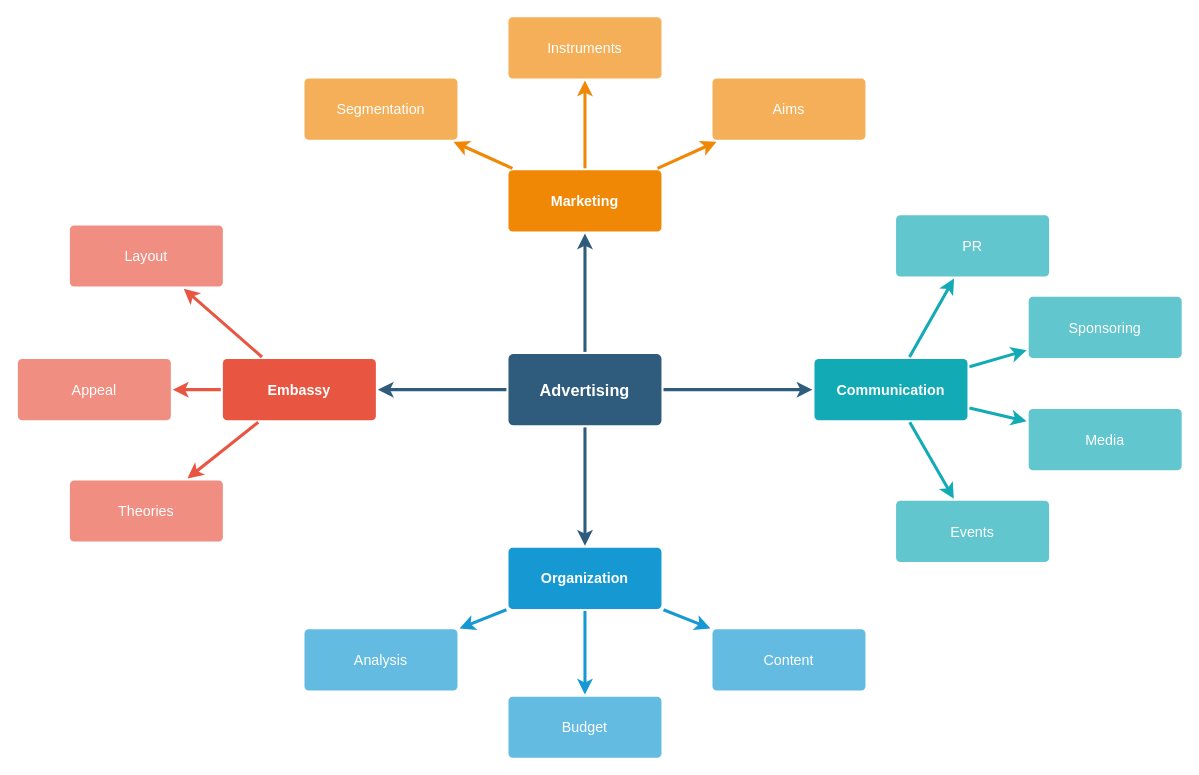
Above: 2024工作目标抓手.drawio in chaijinsong/draw.io (draw.io), before the change. Source tidied: cells renumbered, new cells numbered last; positions are measured from the earlier drawing's top-left corner, leaving out a move shared by most shapes. Both pictures are drawn from the tidied source at 102%, with x=0, y=0 at pixel (17, 16).
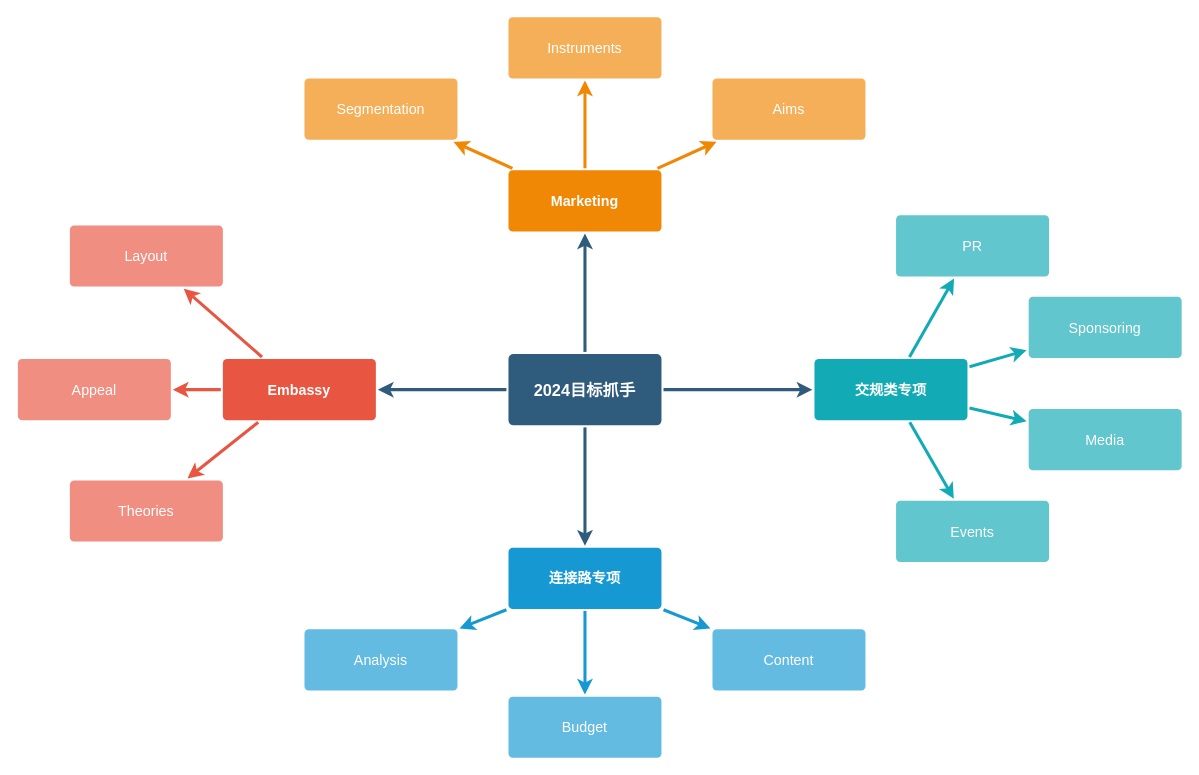
The same diagram, later.

Commit message:
更新2024工作目标抓手.drawio

The edit, as a diff of the source:
```diff
@@
-    <mxCell id="6" value="Advertising" style="rounded=1;whiteSpace=wrap;html=1;shadow=0;labelBackgroundColor=none;strokeColor=none;strokeWidth=3;fillColor=#2F5B7C;fontFamily=Helvetica;fontSize=16;fontColor=#FFFFFF;align=center;fontStyle=1;spacing=5;arcSize=7;perimeterSpacing=2;" parent="1" vertex="1">
+    <mxCell id="6" value="2024目标抓手" style="rounded=1;whiteSpace=wrap;html=1;shadow=0;labelBackgroundColor=none;strokeColor=none;strokeWidth=3;fillColor=#2F5B7C;fontFamily=Helvetica;fontSize=16;fontColor=#FFFFFF;align=center;fontStyle=1;spacing=5;arcSize=7;perimeterSpacing=2;" parent="1" vertex="1">
       <mxGeometry x="481" y="330.5" width="150" height="70" as="geometry" />
     </mxCell>
@@
-    <mxCell id="17" value="Organization" style="rounded=1;whiteSpace=wrap;html=1;shadow=0;labelBackgroundColor=none;strokeColor=none;strokeWidth=3;fillColor=#1699d3;fontFamily=Helvetica;fontSize=14;fontColor=#FFFFFF;align=center;spacing=5;fontStyle=1;arcSize=7;perimeterSpacing=2;" parent="1" vertex="1">
+    <mxCell id="17" value="连接路专项" style="rounded=1;whiteSpace=wrap;html=1;shadow=0;labelBackgroundColor=none;strokeColor=none;strokeWidth=3;fillColor=#1699d3;fontFamily=Helvetica;fontSize=14;fontColor=#FFFFFF;align=center;spacing=5;fontStyle=1;arcSize=7;perimeterSpacing=2;" parent="1" vertex="1">
       <mxGeometry x="481" y="520.5" width="150" height="60" as="geometry" />
     </mxCell>
@@
-    <mxCell id="28" value="Communication" style="rounded=1;whiteSpace=wrap;html=1;shadow=0;labelBackgroundColor=none;strokeColor=none;strokeWidth=3;fillColor=#12aab5;fontFamily=Helvetica;fontSize=14;fontColor=#FFFFFF;align=center;spacing=5;fontStyle=1;arcSize=7;perimeterSpacing=2;" parent="1" vertex="1">
+    <mxCell id="28" value="交规类专项" style="rounded=1;whiteSpace=wrap;html=1;shadow=0;labelBackgroundColor=none;strokeColor=none;strokeWidth=3;fillColor=#12aab5;fontFamily=Helvetica;fontSize=14;fontColor=#FFFFFF;align=center;spacing=5;fontStyle=1;arcSize=7;perimeterSpacing=2;" parent="1" vertex="1">
       <mxGeometry x="781" y="335.5" width="150" height="60" as="geometry" />
     </mxCell>
```
